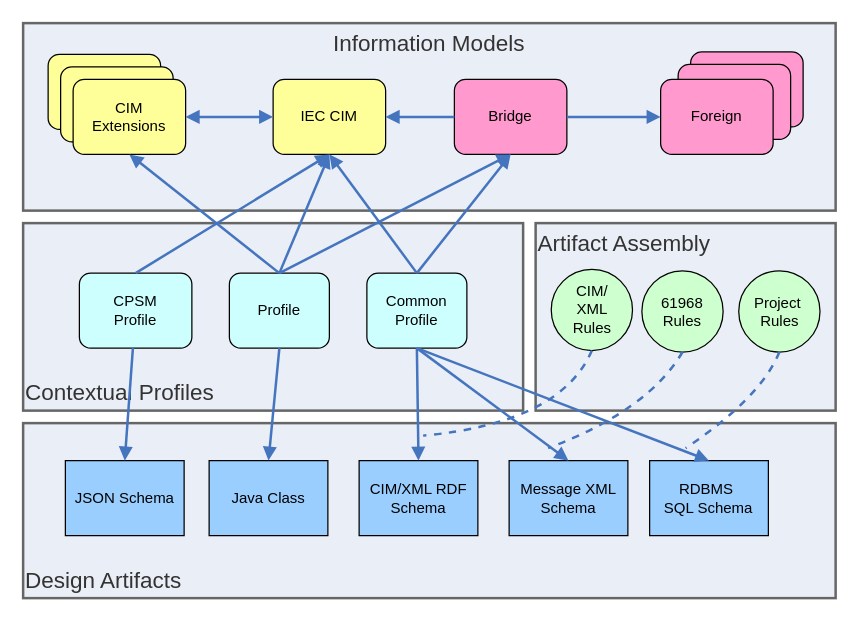
Above: docs/images/CIMToolComponentsIllustration.drawio in cimug-org/CIMTool (draw.io), before the change. Source tidied: cells renumbered, new cells numbered last; positions are measured from the earlier drawing's top-left corner, leaving out a move shared by most shapes. Both pictures are drawn from the tidied source at 125%, with x=0, y=0 at pixel (22, 22).
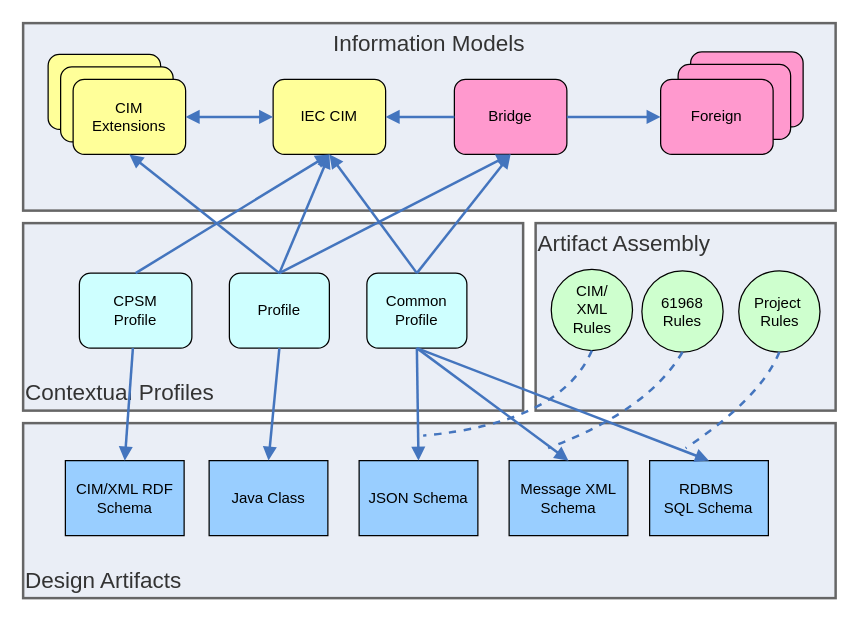
After the change.

Diff of the diagram source:
```diff
@@
-    <mxCell id="20" value="JSON Schema" style="rounded=0;whiteSpace=wrap;html=1;fillColor=#99ceff;" parent="1" vertex="1">
+    <mxCell id="20" value="CIM/XML RDF Schema" style="rounded=0;whiteSpace=wrap;html=1;fillColor=#99ceff;" parent="1" vertex="1">
       <mxGeometry x="33.8" y="350" width="95" height="60" as="geometry" />
     </mxCell>
@@
-    <mxCell id="22" value="CIM/XML RDF Schema" style="rounded=0;whiteSpace=wrap;html=1;fillColor=#99ceff;" parent="1" vertex="1">
+    <mxCell id="22" value="JSON Schema" style="rounded=0;whiteSpace=wrap;html=1;fillColor=#99ceff;" parent="1" vertex="1">
       <mxGeometry x="268.8" y="350" width="95" height="60" as="geometry" />
     </mxCell>
```
